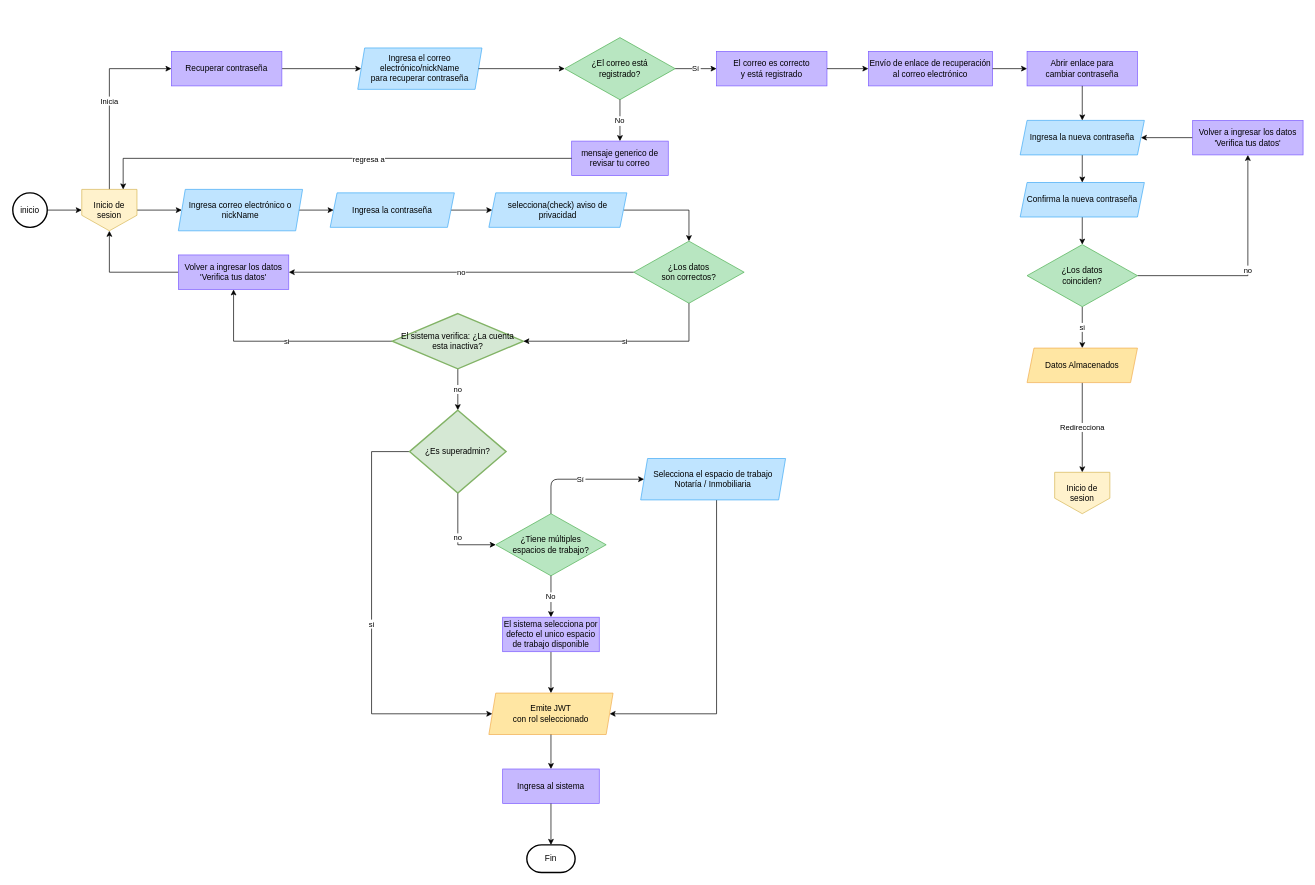
Above: docs/flujos/inicio-sesion/flujo.drawio in Cromeror/pld-workspace (draw.io), before the change. Source tidied: cells renumbered, new cells numbered last; positions are measured from the earlier drawing's top-left corner, leaving out a move shared by most shapes. Both pictures are drawn from the tidied source at 69%, with x=0, y=0 at pixel (12, 37).
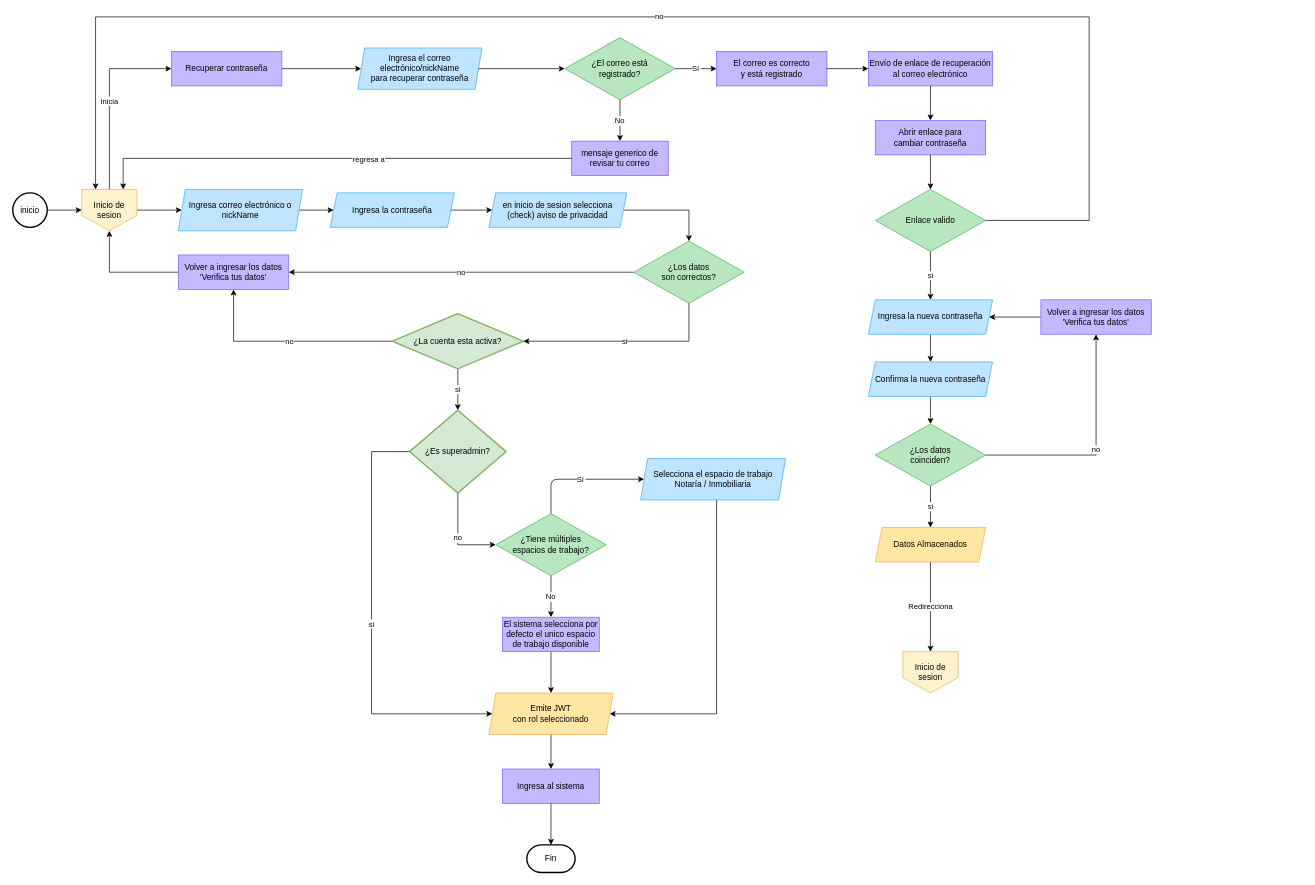
Above is the later version.

Commit message (it also covers changes not shown here):
docs(inicio-sesion): aclara identificador email/nickName y alcance del aviso de privacidad

The change refers to these unchanged cells:
```xml
<mxCell id="9" value="Volver a ingresar los datos&#10;'Verifica tus datos'" style="whiteSpace=wrap;html=1;fillColor=#c6b8ff;strokeColor=#7c5cff;" parent="1" vertex="1">
  <mxGeometry x="240" y="315" width="160" height="50" as="geometry" />
</mxCell>
<mxCell id="48" value="Inicio de sesion" style="shape=offPageConnector;whiteSpace=wrap;html=1;fillColor=#fff2cc;strokeColor=#d6b656;" parent="1" vertex="1">
  <mxGeometry x="100" y="220" width="80" height="60" as="geometry" />
</mxCell>
<mxCell id="64" value="¿Es superadmin?" style="strokeWidth=2;html=1;shape=mxgraph.flowchart.decision;whiteSpace=wrap;fillColor=#d5e8d4;strokeColor=#82b366;" parent="1" vertex="1">
  <mxGeometry x="575" y="540" width="140" height="120" as="geometry" />
</mxCell>
```

What changed in the source:
```diff
@@
     <mxCell id="23" value="Abrir enlace para&#10;cambiar contraseña" style="whiteSpace=wrap;html=1;fillColor=#c6b8ff;strokeColor=#7c5cff;" parent="1" vertex="1">
-      <mxGeometry x="1470" y="20" width="160" height="50" as="geometry" />
+      <mxGeometry x="1250" y="120" width="160" height="50" as="geometry" />
     </mxCell>
@@
     <mxCell id="25" value="Ingresa la nueva contraseña" style="shape=parallelogram;perimeter=parallelogramPerimeter;whiteSpace=wrap;html=1;fixedSize=1;size=10;fillColor=#bfe4ff;strokeColor=#3fa9f5;" parent="1" vertex="1">
-      <mxGeometry x="1460" y="120" width="180" height="50" as="geometry" />
+      <mxGeometry x="1240" y="380" width="180" height="50" as="geometry" />
     </mxCell>
@@
     <mxCell id="27" value="Confirma la nueva contraseña" style="shape=parallelogram;perimeter=parallelogramPerimeter;whiteSpace=wrap;html=1;fixedSize=1;size=10;fillColor=#bfe4ff;strokeColor=#3fa9f5;" parent="1" vertex="1">
-      <mxGeometry x="1460" y="210" width="180" height="50" as="geometry" />
+      <mxGeometry x="1240" y="470" width="180" height="50" as="geometry" />
     </mxCell>
@@
     <mxCell id="30" value="¿Los datos&#10;coinciden?" style="rhombus;whiteSpace=wrap;html=1;fillColor=#b8e6c1;strokeColor=#4caf50;" parent="1" vertex="1">
-      <mxGeometry x="1470" y="300" width="160" height="90" as="geometry" />
+      <mxGeometry x="1250" y="560" width="160" height="90" as="geometry" />
     </mxCell>
@@
     <mxCell id="32" value="Volver a ingresar los datos&#10;'Verifica tus datos'" style="whiteSpace=wrap;html=1;fillColor=#c6b8ff;strokeColor=#7c5cff;" parent="1" vertex="1">
-      <mxGeometry x="1710" y="120" width="160" height="50" as="geometry" />
+      <mxGeometry x="1490" y="380" width="160" height="50" as="geometry" />
     </mxCell>
@@
     <mxCell id="34" value="Datos Almacenados" style="shape=parallelogram;perimeter=parallelogramPerimeter;whiteSpace=wrap;html=1;fixedSize=1;size=10;fillColor=#ffe6a3;strokeColor=#f0ad4e;" parent="1" vertex="1">
-      <mxGeometry x="1470" y="450" width="160" height="50" as="geometry" />
+      <mxGeometry x="1250" y="710" width="160" height="50" as="geometry" />
     </mxCell>
@@
-    <mxCell id="44" style="edgeStyle=orthogonalEdgeStyle;" parent="1" edge="1" source="23" target="25">
+    <mxCell id="44" style="edgeStyle=orthogonalEdgeStyle;entryX=0.5;entryY=0;entryDx=0;entryDy=0;" parent="1" edge="1" source="23" target="67">
       <mxGeometry relative="1" as="geometry" />
     </mxCell>
@@
     <mxCell id="49" value="Inicio de sesion" style="shape=offPageConnector;whiteSpace=wrap;html=1;fillColor=#fff2cc;strokeColor=#d6b656;" parent="1" vertex="1">
-      <mxGeometry x="1510" y="630" width="80" height="60" as="geometry" />
+      <mxGeometry x="1290" y="890" width="80" height="60" as="geometry" />
     </mxCell>
@@
-    <mxCell id="53" value="selecciona(check) aviso de privacidad" style="shape=parallelogram;perimeter=parallelogramPerimeter;whiteSpace=wrap;html=1;fixedSize=1;size=10;fillColor=#bfe4ff;strokeColor=#3fa9f5;" parent="1" vertex="1">
+    <mxCell id="53" value="en inicio de sesion selecciona (check) aviso de privacidad" style="shape=parallelogram;perimeter=parallelogramPerimeter;whiteSpace=wrap;html=1;fixedSize=1;size=10;fillColor=#bfe4ff;strokeColor=#3fa9f5;" parent="1" vertex="1">
       <mxGeometry x="690" y="225" width="200" height="50" as="geometry" />
     </mxCell>
-    <mxCell id="54" value="si" style="edgeStyle=orthogonalEdgeStyle;rounded=0;jettySize=auto;html=1;entryX=0.5;entryY=1;entryDx=0;entryDy=0;" parent="1" edge="1" source="56" target="9">
-      <mxGeometry relative="1" as="geometry" />
+    <mxCell id="54" value="no" style="edgeStyle=orthogonalEdgeStyle;rounded=0;jettySize=auto;html=1;entryX=0.5;entryY=1;entryDx=0;entryDy=0;" parent="1" edge="1" source="56" target="9">
+      <mxGeometry x="-0.02" relative="1" as="geometry" />
     </mxCell>
-    <mxCell id="55" value="no" style="edgeStyle=orthogonalEdgeStyle;rounded=0;jettySize=auto;html=1;entryX=0.5;entryY=0;entryDx=0;entryDy=0;exitX=0.5;exitY=1;exitDx=0;exitDy=0;exitPerimeter=0;entryPerimeter=0;" parent="1" edge="1" source="56" target="64">
+    <mxCell id="55" value="si" style="edgeStyle=orthogonalEdgeStyle;rounded=0;jettySize=auto;html=1;entryX=0.5;entryY=0;entryDx=0;entryDy=0;exitX=0.5;exitY=1;exitDx=0;exitDy=0;exitPerimeter=0;entryPerimeter=0;" parent="1" edge="1" source="56" target="64">
       <mxGeometry relative="1" as="geometry" />
     </mxCell>
-    <mxCell id="56" value="El sistema verifica: ¿La cuenta esta inactiva?" style="strokeWidth=2;html=1;shape=mxgraph.flowchart.decision;whiteSpace=wrap;fillColor=#d5e8d4;strokeColor=#82b366;" parent="1" vertex="1">
+    <mxCell id="56" value="¿La cuenta esta activa?" style="strokeWidth=2;html=1;shape=mxgraph.flowchart.decision;whiteSpace=wrap;fillColor=#d5e8d4;strokeColor=#82b366;" parent="1" vertex="1">
       <mxGeometry x="550" y="400" width="190" height="80" as="geometry" />
     </mxCell>
@@
+    <mxCell id="65" value="si" style="edgeStyle=orthogonalEdgeStyle;rounded=0;jettySize=auto;html=1;entryX=0.5;entryY=0;entryDx=0;entryDy=0;exitX=0.5;exitY=1;exitDx=0;exitDy=0;" parent="1" edge="1" source="67" target="25">
+      <mxGeometry relative="1" as="geometry" />
+    </mxCell>
+    <mxCell id="66" value="no" style="edgeStyle=orthogonalEdgeStyle;rounded=0;jettySize=auto;html=1;entryX=0.25;entryY=0;entryDx=0;entryDy=0;exitX=1;exitY=0.5;exitDx=0;exitDy=0;" parent="1" edge="1" source="67" target="48">
+      <mxGeometry relative="1" as="geometry">
+        <Array as="points">
+          <mxPoint x="1560" y="265" />
+          <mxPoint x="1560" y="-30" />
+          <mxPoint x="120" y="-30" />
+        </Array>
+      </mxGeometry>
+    </mxCell>
+    <mxCell id="67" value="Enlace valido" style="rhombus;whiteSpace=wrap;html=1;fillColor=#b8e6c1;strokeColor=#4caf50;" parent="1" vertex="1">
+      <mxGeometry x="1250" y="220" width="160" height="90" as="geometry" />
+    </mxCell>
```
